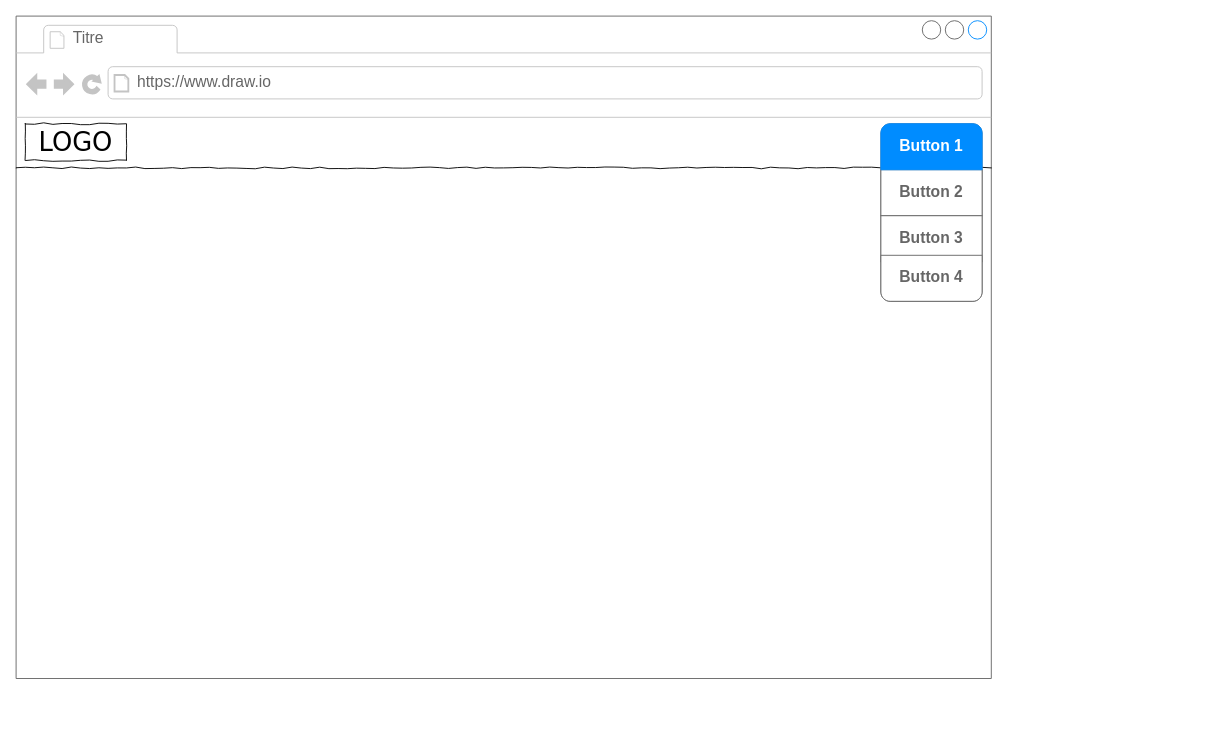
Earlier version of the draw.io diagram Documentations/Maquette_sample.drawio (CPNV-PRETPI/webchat). Source tidied: cells renumbered, new cells numbered last; positions are measured from the earlier drawing's top-left corner, leaving out a move shared by most shapes. Both pictures are drawn from the tidied source at 92%, with x=0, y=0 at pixel (16, 16).
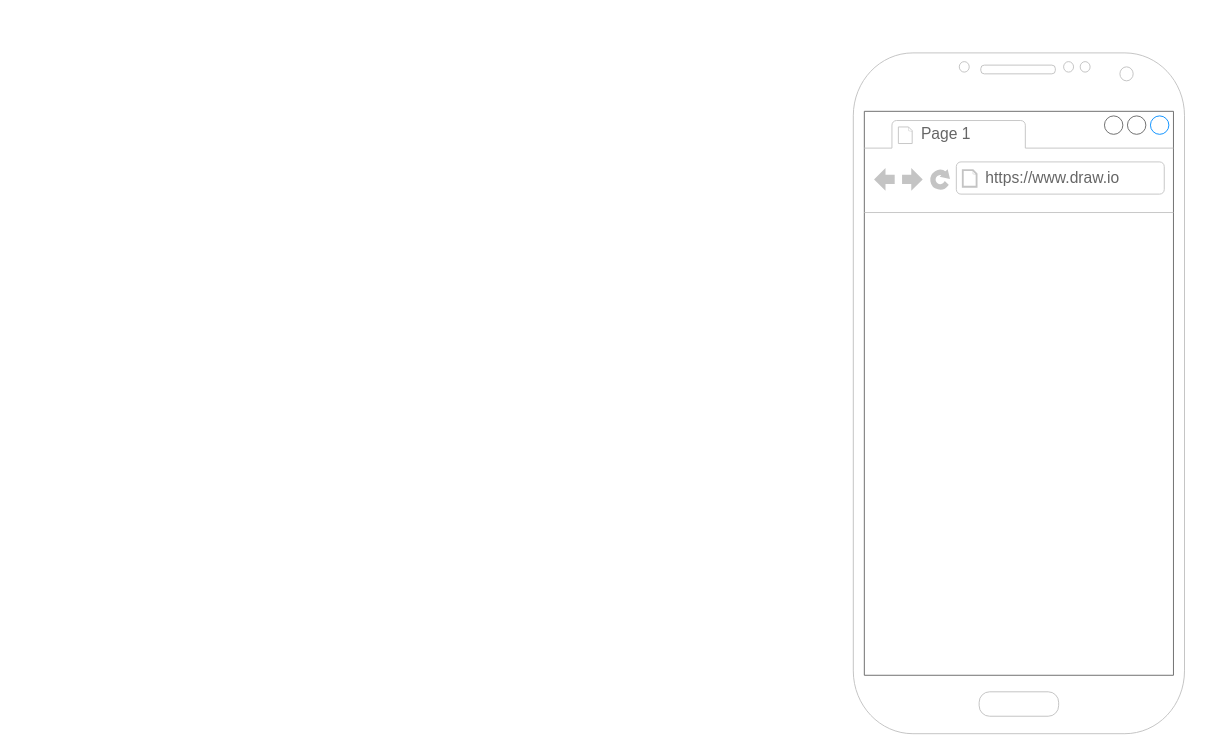
After the change.

Diff of the diagram source:
```diff
@@
 <mxGraphModel>
   <root>
     <mxCell id="0" />
     <mxCell id="1" parent="0" />
-    <mxCell id="2" style="strokeWidth=1;shadow=0;dashed=0;align=center;html=1;shape=mxgraph.mockup.containers.browserWindow;rSize=0;strokeColor=#666666;strokeColor2=#008cff;strokeColor3=#c4c4c4;mainText=,;" parent="1" vertex="1">
-      <mxGeometry width="1060" height="720" as="geometry" />
-    </mxCell>
-    <mxCell id="3" value="Titre" style="strokeWidth=1;shadow=0;dashed=0;align=center;html=1;shape=mxgraph.mockup.containers.anchor;fontSize=17;fontColor=#666666;align=left;whiteSpace=wrap;" parent="2" vertex="1">
-      <mxGeometry x="60" y="12" width="110" height="26" as="geometry" />
-    </mxCell>
+    <mxCell id="12" style="verticalLabelPosition=bottom;verticalAlign=top;html=1;shadow=0;dashed=0;strokeWidth=1;shape=mxgraph.android.phone2;strokeColor=#c0c0c0;" parent="1" vertex="1">
+      <mxGeometry x="910" y="40" width="360" height="740" as="geometry" />
+    </mxCell>
+    <mxCell id="13" style="strokeWidth=1;shadow=0;dashed=0;align=center;html=1;shape=mxgraph.mockup.containers.browserWindow;rSize=0;strokeColor=#666666;strokeColor2=#008cff;strokeColor3=#c4c4c4;mainText=,;" parent="1" vertex="1">
+      <mxGeometry x="922" y="103.5" width="336" height="613" as="geometry" />
+    </mxCell>
+    <mxCell id="14" value="Page 1" style="strokeWidth=1;shadow=0;dashed=0;align=center;html=1;shape=mxgraph.mockup.containers.anchor;fontSize=17;fontColor=#666666;align=left;whiteSpace=wrap;" parent="1" vertex="1">
+      <mxGeometry x="982" y="115.5" width="110" height="26" as="geometry" />
+    </mxCell>
-    <mxCell id="4" value="https://www.draw.io" style="strokeWidth=1;shadow=0;dashed=0;align=center;html=1;shape=mxgraph.mockup.containers.anchor;rSize=0;fontSize=17;fontColor=#666666;align=left;" parent="2" vertex="1">
-      <mxGeometry x="130" y="60" width="250" height="26" as="geometry" />
+    <mxCell id="4" value="https://www.draw.io" style="strokeWidth=1;shadow=0;dashed=0;align=center;html=1;shape=mxgraph.mockup.containers.anchor;rSize=0;fontSize=17;fontColor=#666666;align=left;" parent="1" vertex="1">
+      <mxGeometry x="1052" y="163.5" width="250" height="26" as="geometry" />
     </mxCell>
-    <mxCell id="5" style="line;strokeWidth=1;html=1;rounded=0;shadow=0;labelBackgroundColor=none;fillColor=none;fontFamily=Verdana;fontSize=14;fontColor=#000000;align=center;comic=1;" parent="2" vertex="1">
-      <mxGeometry y="160" width="1060" height="10" as="geometry" />
-    </mxCell>
-    <mxCell id="6" value="LOGO" style="whiteSpace=wrap;html=1;rounded=0;shadow=0;labelBackgroundColor=none;strokeWidth=1;fontFamily=Verdana;fontSize=28;align=center;comic=1;" parent="2" vertex="1">
-      <mxGeometry x="10" y="117" width="110" height="40" as="geometry" />
-    </mxCell>
-    <mxCell id="7" style="strokeWidth=1;shadow=0;dashed=0;align=center;html=1;shape=mxgraph.mockup.rrect;rSize=10;strokeColor=#666666;" parent="2" vertex="1">
-      <mxGeometry x="940" y="117" width="110" height="193" as="geometry" />
-    </mxCell>
-    <mxCell id="8" value="Button 2" style="strokeColor=inherit;fillColor=inherit;gradientColor=inherit;strokeWidth=1;shadow=0;dashed=0;align=center;html=1;shape=mxgraph.mockup.rrect;rSize=0;fontSize=17;fontColor=#666666;fontStyle=1;whiteSpace=wrap;" parent="7" vertex="1">
-      <mxGeometry width="110" height="50" relative="1" as="geometry">
-        <mxPoint y="50" as="offset" />
-      </mxGeometry>
-    </mxCell>
-    <mxCell id="9" value="Button 3" style="strokeColor=inherit;fillColor=inherit;gradientColor=inherit;strokeWidth=1;shadow=0;dashed=0;align=center;html=1;shape=mxgraph.mockup.rrect;rSize=0;fontSize=17;fontColor=#666666;fontStyle=1;whiteSpace=wrap;" parent="7" vertex="1">
-      <mxGeometry width="110" height="50" relative="1" as="geometry">
-        <mxPoint y="100" as="offset" />
-      </mxGeometry>
-    </mxCell>
-    <mxCell id="10" value="Button 4" style="strokeColor=inherit;fillColor=inherit;gradientColor=inherit;strokeWidth=1;shadow=0;dashed=0;align=center;html=1;shape=mxgraph.mockup.bottomButton;rSize=10;fontSize=17;fontColor=#666666;fontStyle=1;whiteSpace=wrap;" parent="7" vertex="1">
-      <mxGeometry y="1" width="110" height="50" relative="1" as="geometry">
-        <mxPoint y="-50" as="offset" />
-      </mxGeometry>
-    </mxCell>
-    <mxCell id="11" value="Button 1" style="strokeWidth=1;shadow=0;dashed=0;align=center;html=1;shape=mxgraph.mockup.topButton;rSize=10;fontSize=17;fontColor=#ffffff;fontStyle=1;fillColor=#008cff;strokeColor=#008cff;whiteSpace=wrap;" parent="7" vertex="1">
-      <mxGeometry width="110" height="50" relative="1" as="geometry" />
-    </mxCell>
   </root>
 </mxGraphModel>
```
